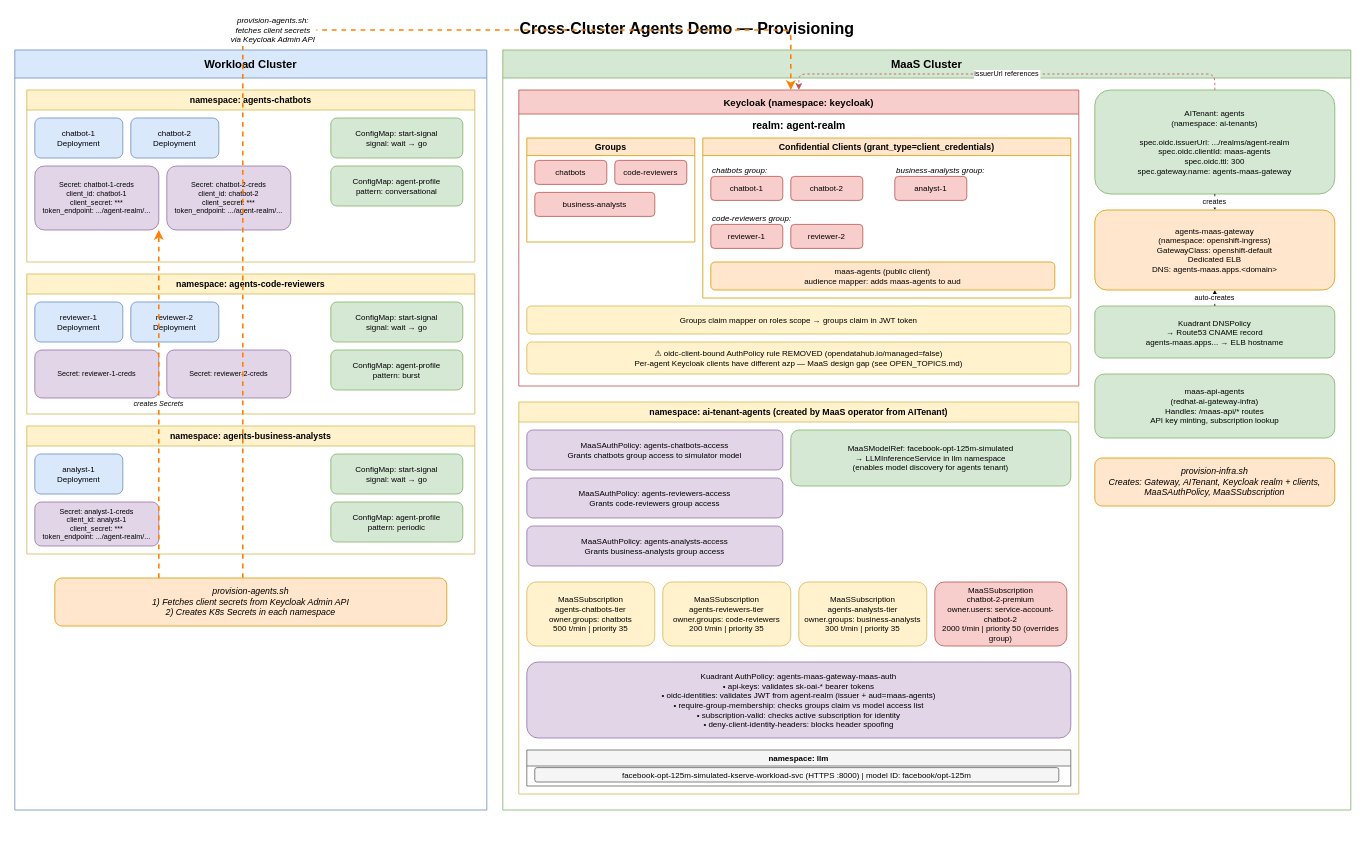
The draw.io diagram demo/cross-cluster-oauth/diagrams/01-setup.drawio in vladi-rh/rhoai-maas-guide, before the edit. Source tidied: cells renumbered, new cells numbered last; positions are measured from the earlier drawing's top-left corner, leaving out a move shared by most shapes. Both pictures are drawn from the tidied source at 80%, with x=0, y=0 at pixel (14, 14).
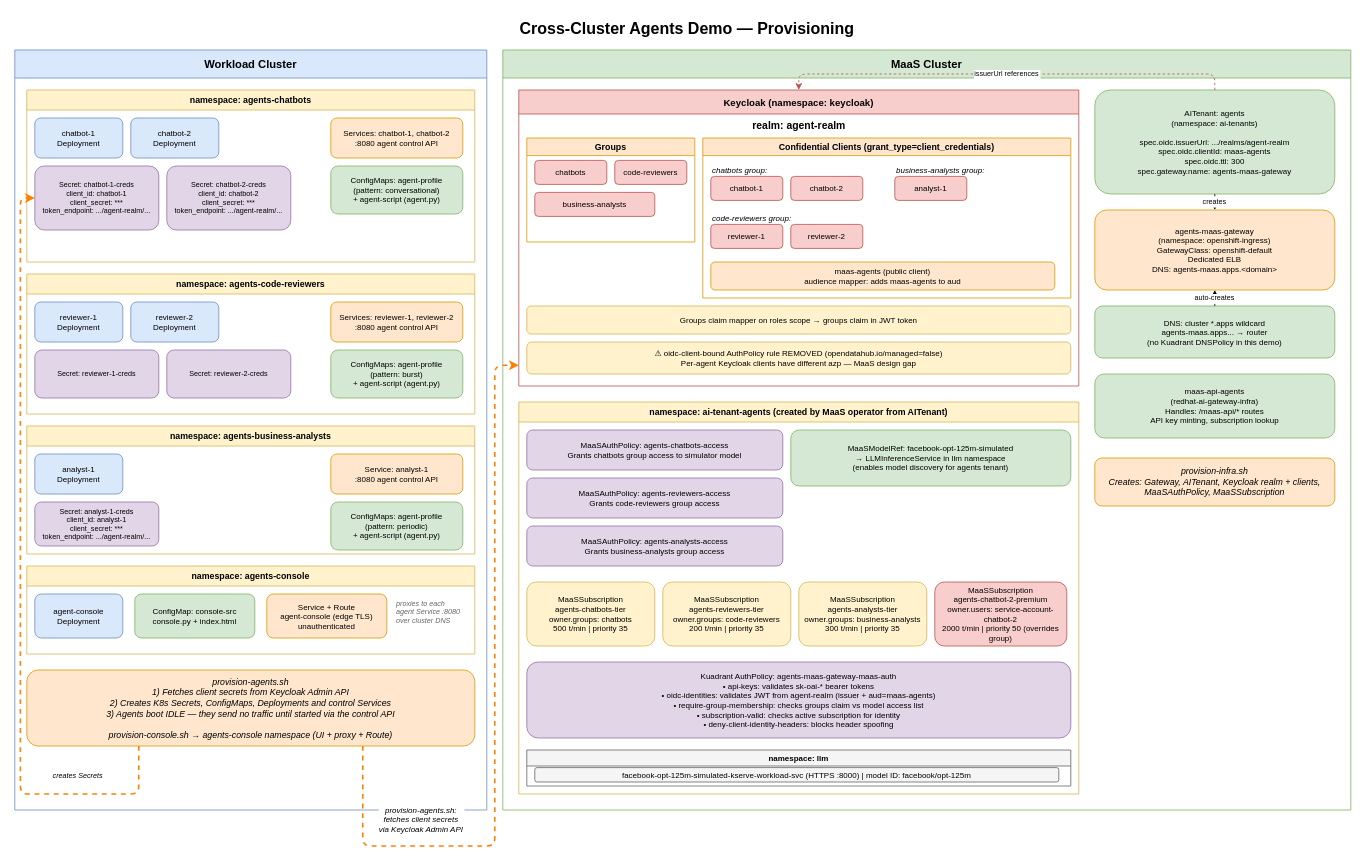
Above is the later version.

The change refers to these unchanged cells:
```xml
<mxCell id="3" value="Workload Cluster" style="swimlane;startSize=35;fillColor=#dae8fc;strokeColor=#6c8ebf;fontStyle=1;fontSize=14;" parent="1" vertex="1">
  <mxGeometry y="45" width="590" height="950" as="geometry" />
</mxCell>
<mxCell id="5" value="namespace: agents-chatbots" style="swimlane;startSize=25;fillColor=#fff2cc;strokeColor=#d6b656;fontSize=11;" parent="3" vertex="1">
  <mxGeometry x="15" y="50" width="560" height="215" as="geometry" />
</mxCell>
<mxCell id="8" value="Secret: chatbot-1-creds&#10;client_id: chatbot-1&#10;client_secret: ***&#10;token_endpoint: .../agent-realm/..." style="rounded=1;whiteSpace=wrap;fillColor=#e1d5e7;strokeColor=#9673a6;fontSize=9;" parent="5" vertex="1">
  <mxGeometry x="10" y="95" width="155" height="80" as="geometry" />
</mxCell>
<mxCell id="12" value="namespace: agents-code-reviewers" style="swimlane;startSize=25;fillColor=#fff2cc;strokeColor=#d6b656;fontSize=11;" parent="3" vertex="1">
  <mxGeometry x="15" y="280" width="560" height="175" as="geometry" />
</mxCell>
<mxCell id="19" value="namespace: agents-business-analysts" style="swimlane;startSize=25;fillColor=#fff2cc;strokeColor=#d6b656;fontSize=11;" parent="3" vertex="1">
  <mxGeometry x="15" y="470" width="560" height="160" as="geometry" />
</mxCell>
<mxCell id="25" value="Keycloak  (namespace: keycloak)" style="swimlane;startSize=30;fillColor=#f8cecc;strokeColor=#b85450;fontSize=12;fontStyle=1;" parent="4" vertex="1">
  <mxGeometry x="20" y="50" width="700" height="370" as="geometry" />
</mxCell>
<mxCell id="47" value="namespace: ai-tenant-agents  (created by MaaS operator from AITenant)" style="swimlane;startSize=25;fillColor=#fff2cc;strokeColor=#d6b656;fontSize=11;" parent="4" vertex="1">
  <mxGeometry x="20" y="440" width="700" height="490" as="geometry" />
</mxCell>
```

Diff of the diagram source:
```diff
@@
-    <mxCell id="4" value="MaaS Cluster" style="swimlane;startSize=35;fillColor=#d5e8d4;strokeColor=#82b366;fontStyle=1;fontSize=14;" parent="1" vertex="1">
-      <mxGeometry x="610" y="45" width="1060" height="950" as="geometry" />
-    </mxCell>
@@
-    <mxCell id="10" value="ConfigMap: start-signal&#10;signal: wait → go" style="rounded=1;whiteSpace=wrap;fillColor=#d5e8d4;strokeColor=#82b366;fontSize=10;" parent="5" vertex="1">
-      <mxGeometry x="380" y="35" width="165" height="50" as="geometry" />
-    </mxCell>
+    <mxCell id="65" value="Services: chatbot-1, chatbot-2&#10;:8080 agent control API" style="rounded=1;whiteSpace=wrap;fillColor=#ffe6cc;strokeColor=#d79b00;fontSize=10;" parent="5" vertex="1">
+      <mxGeometry x="380" y="35" width="165" height="50" as="geometry" />
+    </mxCell>
-    <mxCell id="11" value="ConfigMap: agent-profile&#10;pattern: conversational" style="rounded=1;whiteSpace=wrap;fillColor=#d5e8d4;strokeColor=#82b366;fontSize=10;" parent="5" vertex="1">
-      <mxGeometry x="380" y="95" width="165" height="50" as="geometry" />
+    <mxCell id="11" value="ConfigMaps: agent-profile&#10;(pattern: conversational)&#10;+ agent-script (agent.py)" style="rounded=1;whiteSpace=wrap;fillColor=#d5e8d4;strokeColor=#82b366;fontSize=10;" parent="5" vertex="1">
+      <mxGeometry x="380" y="95" width="165" height="60" as="geometry" />
     </mxCell>
@@
-    <mxCell id="17" value="ConfigMap: start-signal&#10;signal: wait → go" style="rounded=1;whiteSpace=wrap;fillColor=#d5e8d4;strokeColor=#82b366;fontSize=10;" parent="12" vertex="1">
-      <mxGeometry x="380" y="35" width="165" height="50" as="geometry" />
-    </mxCell>
+    <mxCell id="66" value="Services: reviewer-1, reviewer-2&#10;:8080 agent control API" style="rounded=1;whiteSpace=wrap;fillColor=#ffe6cc;strokeColor=#d79b00;fontSize=10;" parent="12" vertex="1">
+      <mxGeometry x="380" y="35" width="165" height="50" as="geometry" />
+    </mxCell>
-    <mxCell id="18" value="ConfigMap: agent-profile&#10;pattern: burst" style="rounded=1;whiteSpace=wrap;fillColor=#d5e8d4;strokeColor=#82b366;fontSize=10;" parent="12" vertex="1">
-      <mxGeometry x="380" y="95" width="165" height="50" as="geometry" />
+    <mxCell id="18" value="ConfigMaps: agent-profile&#10;(pattern: burst)&#10;+ agent-script (agent.py)" style="rounded=1;whiteSpace=wrap;fillColor=#d5e8d4;strokeColor=#82b366;fontSize=10;" parent="12" vertex="1">
+      <mxGeometry x="380" y="95" width="165" height="60" as="geometry" />
     </mxCell>
@@
-    <mxCell id="22" value="ConfigMap: start-signal&#10;signal: wait → go" style="rounded=1;whiteSpace=wrap;fillColor=#d5e8d4;strokeColor=#82b366;fontSize=10;" parent="19" vertex="1">
-      <mxGeometry x="380" y="35" width="165" height="50" as="geometry" />
-    </mxCell>
+    <mxCell id="67" value="Service: analyst-1&#10;:8080 agent control API" style="rounded=1;whiteSpace=wrap;fillColor=#ffe6cc;strokeColor=#d79b00;fontSize=10;" parent="19" vertex="1">
+      <mxGeometry x="380" y="35" width="165" height="50" as="geometry" />
+    </mxCell>
-    <mxCell id="23" value="ConfigMap: agent-profile&#10;pattern: periodic" style="rounded=1;whiteSpace=wrap;fillColor=#d5e8d4;strokeColor=#82b366;fontSize=10;" parent="19" vertex="1">
-      <mxGeometry x="380" y="95" width="165" height="50" as="geometry" />
+    <mxCell id="23" value="ConfigMaps: agent-profile&#10;(pattern: periodic)&#10;+ agent-script (agent.py)" style="rounded=1;whiteSpace=wrap;fillColor=#d5e8d4;strokeColor=#82b366;fontSize=10;" parent="19" vertex="1">
+      <mxGeometry x="380" y="95" width="165" height="60" as="geometry" />
     </mxCell>
+    <mxCell id="68" value="namespace: agents-console" style="swimlane;startSize=25;fillColor=#fff2cc;strokeColor=#d6b656;fontSize=11;" parent="3" vertex="1">
+      <mxGeometry x="15" y="645" width="560" height="110" as="geometry" />
+    </mxCell>
+    <mxCell id="69" value="agent-console&#10;Deployment" style="rounded=1;whiteSpace=wrap;fillColor=#dae8fc;strokeColor=#6c8ebf;fontSize=10;" parent="68" vertex="1">
+      <mxGeometry x="10" y="35" width="110" height="55" as="geometry" />
+    </mxCell>
+    <mxCell id="70" value="ConfigMap: console-src&#10;console.py + index.html" style="rounded=1;whiteSpace=wrap;fillColor=#d5e8d4;strokeColor=#82b366;fontSize=10;" parent="68" vertex="1">
+      <mxGeometry x="135" y="35" width="150" height="55" as="geometry" />
+    </mxCell>
+    <mxCell id="71" value="Service + Route&#10;agent-console (edge TLS)&#10;unauthenticated" style="rounded=1;whiteSpace=wrap;fillColor=#ffe6cc;strokeColor=#d79b00;fontSize=10;" parent="68" vertex="1">
+      <mxGeometry x="300" y="35" width="150" height="55" as="geometry" />
+    </mxCell>
+    <mxCell id="72" value="proxies to each&#10;agent Service :8080&#10;over cluster DNS" style="text;html=1;fontSize=9;fontStyle=2;align=left;fontColor=#666666;" parent="68" vertex="1">
+      <mxGeometry x="460" y="35" width="95" height="55" as="geometry" />
+    </mxCell>
-    <mxCell id="24" value="provision-agents.sh&#10;1) Fetches client secrets from Keycloak Admin API&#10;2) Creates K8s Secrets in each namespace" style="rounded=1;whiteSpace=wrap;fillColor=#ffe6cc;strokeColor=#d79b00;fontSize=11;fontStyle=2;" parent="3" vertex="1">
-      <mxGeometry x="50" y="660" width="490" height="60" as="geometry" />
+    <mxCell id="24" value="provision-agents.sh&#10;1) Fetches client secrets from Keycloak Admin API&#10;2) Creates K8s Secrets, ConfigMaps, Deployments and control Services&#10;3) Agents boot IDLE — they send no traffic until started via the control API&#10;&#10;provision-console.sh → agents-console namespace (UI + proxy + Route)" style="rounded=1;whiteSpace=wrap;fillColor=#ffe6cc;strokeColor=#d79b00;fontSize=11;fontStyle=2;" parent="3" vertex="1">
+      <mxGeometry x="15" y="775" width="560" height="95" as="geometry" />
     </mxCell>
+    <mxCell id="4" value="MaaS Cluster" style="swimlane;startSize=35;fillColor=#d5e8d4;strokeColor=#82b366;fontStyle=1;fontSize=14;" parent="1" vertex="1">
+      <mxGeometry x="610" y="45" width="1060" height="950" as="geometry" />
+    </mxCell>
@@
-    <mxCell id="42" value="⚠ oidc-client-bound AuthPolicy rule REMOVED (opendatahub.io/managed=false)&#10;Per-agent Keycloak clients have different azp — MaaS design gap (see OPEN_TOPICS.md)" style="rounded=1;whiteSpace=wrap;fillColor=#fff2cc;strokeColor=#d6b656;fontSize=10;" parent="25" vertex="1">
+    <mxCell id="42" value="⚠ oidc-client-bound AuthPolicy rule REMOVED (opendatahub.io/managed=false)&#10;Per-agent Keycloak clients have different azp — MaaS design gap" style="rounded=1;whiteSpace=wrap;fillColor=#fff2cc;strokeColor=#d6b656;fontSize=10;" parent="25" vertex="1">
       <mxGeometry x="10" y="315" width="680" height="40" as="geometry" />
     </mxCell>
@@
-    <mxCell id="45" value="Kuadrant DNSPolicy&#10;→ Route53 CNAME record&#10;agents-maas.apps... → ELB hostname" style="rounded=1;whiteSpace=wrap;fillColor=#d5e8d4;strokeColor=#82b366;fontSize=10;" parent="4" vertex="1">
+    <mxCell id="45" value="DNS: cluster *.apps wildcard&#10;agents-maas.apps... → router&#10;(no Kuadrant DNSPolicy in this demo)" style="rounded=1;whiteSpace=wrap;fillColor=#d5e8d4;strokeColor=#82b366;fontSize=10;" parent="4" vertex="1">
       <mxGeometry x="740" y="320" width="300" height="65" as="geometry" />
     </mxCell>
@@
-    <mxCell id="55" value="MaaSSubscription&#10;chatbot-2-premium&#10;owner.users: service-account-chatbot-2&#10;2000 t/min | priority 50 (overrides group)" style="rounded=1;whiteSpace=wrap;fillColor=#f8cecc;strokeColor=#b85450;fontSize=10;" parent="47" vertex="1">
+    <mxCell id="55" value="MaaSSubscription&#10;agents-chatbot-2-premium&#10;owner.users: service-account-chatbot-2&#10;2000 t/min | priority 50 (overrides group)" style="rounded=1;whiteSpace=wrap;fillColor=#f8cecc;strokeColor=#b85450;fontSize=10;" parent="47" vertex="1">
       <mxGeometry x="520" y="225" width="165" height="80" as="geometry" />
     </mxCell>
@@
-    <mxCell id="63" value="provision-agents.sh:&#10;fetches client secrets&#10;via Keycloak Admin API" style="edgeStyle=orthogonalEdgeStyle;rounded=1;fontSize=10;fontStyle=2;strokeColor=#FF8000;strokeWidth=2;dashed=1;" parent="1" edge="1" source="24" target="25">
-      <mxGeometry relative="1" as="geometry">
+    <mxCell id="63" value="provision-agents.sh:&#10;fetches client secrets&#10;via Keycloak Admin API" style="edgeStyle=orthogonalEdgeStyle;rounded=1;fontSize=10;fontStyle=2;strokeColor=#FF8000;strokeWidth=2;dashed=1;verticalAlign=bottom;exitX=0.75;exitY=1;exitDx=0;exitDy=0;entryX=0;entryY=0.93;entryDx=0;entryDy=0;" parent="1" edge="1" source="24" target="25">
+      <mxGeometry x="-0.57" relative="1" as="geometry">
         <Array as="points">
-          <mxPoint x="285" y="750" />
-          <mxPoint x="285" y="20" />
-          <mxPoint x="970" y="20" />
+          <mxPoint x="435" y="1040" />
+          <mxPoint x="600" y="1040" />
+          <mxPoint x="600" y="439" />
         </Array>
+        <mxPoint y="-12" as="offset" />
       </mxGeometry>
     </mxCell>
-    <mxCell id="64" value="creates Secrets" style="edgeStyle=orthogonalEdgeStyle;rounded=1;fontSize=9;fontStyle=2;strokeColor=#FF8000;strokeWidth=2;dashed=1;" parent="1" edge="1" source="24" target="8">
-      <mxGeometry relative="1" as="geometry">
+    <mxCell id="64" value="creates Secrets" style="edgeStyle=orthogonalEdgeStyle;rounded=1;fontSize=9;fontStyle=2;strokeColor=#FF8000;strokeWidth=2;dashed=1;verticalAlign=bottom;exitX=0.25;exitY=1;exitDx=0;exitDy=0;entryX=0;entryY=0.5;entryDx=0;entryDy=0;" parent="1" edge="1" source="24" target="8">
+      <mxGeometry x="-0.72" y="-15" relative="1" as="geometry">
         <Array as="points">
-          <mxPoint x="285" y="750" />
-          <mxPoint x="155" y="750" />
-          <mxPoint x="155" y="175" />
+          <mxPoint x="155" y="975" />
+          <mxPoint x="7" y="975" />
+          <mxPoint x="7" y="230" />
         </Array>
       </mxGeometry>
     </mxCell>
```
